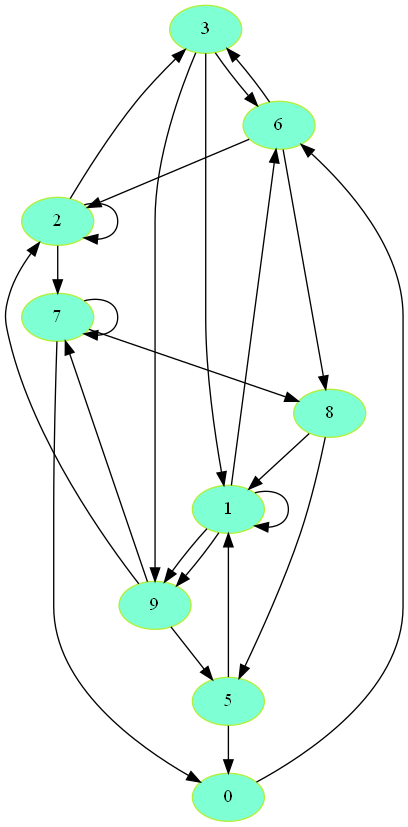
Before: Fase 2/Grapho.png, a diagram exported from Graphviz (Geuz99/-EDD_2S-BatallaNaval_201800500). Its source is kept beside it as Fase 2/Grapho.dot. Source of this version:
```dot
digraph Grapho{
node [style=filled, color=olivedrab2, fillcolor=aquamarine];
i3[label = "3"];
i6[label = "6"];
i8[label = "8"];
i1[label = "1"];
i1[label = "1"];
i9[label = "9"];
i7[label = "7"];
i7[label = "7"];
i8[label = "8"];
i5[label = "5"];
i0[label = "0"];
i6[label = "6"];
i3[label = "3"];
i9[label = "9"];
i5[label = "5"];
i1[label = "1"];
i9[label = "9"];
i2[label = "2"];
i2[label = "2"];
i3[label = "3"];
i1[label = "1"];
i6[label = "6"];
i2[label = "2"];
i7[label = "7"];
i3->i6->i8->i1->i1->i9->i7->i7->i8->i5->i0->i6->i3->i9->i5->i1->i9->i2->i2->i3->i1->i6->i2->i7->i0
}
```
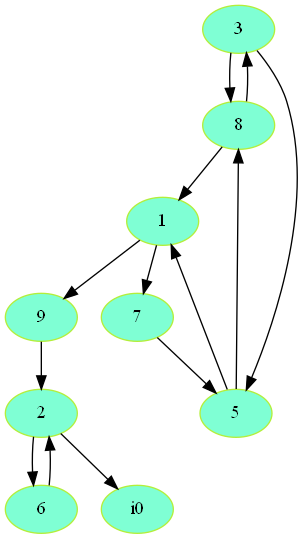
After the change.

What changed in the source:
```diff
@@ -1,28 +1,17 @@
 digraph Grapho{
 node [style=filled, color=olivedrab2, fillcolor=aquamarine];
 i3[label = "3"];
-i6[label = "6"];
 i8[label = "8"];
 i1[label = "1"];
-i1[label = "1"];
-i9[label = "9"];
 i7[label = "7"];
-i7[label = "7"];
+i5[label = "5"];
 i8[label = "8"];
-i5[label = "5"];
-i0[label = "0"];
-i6[label = "6"];
 i3[label = "3"];
-i9[label = "9"];
 i5[label = "5"];
 i1[label = "1"];
 i9[label = "9"];
 i2[label = "2"];
-i2[label = "2"];
-i3[label = "3"];
-i1[label = "1"];
 i6[label = "6"];
 i2[label = "2"];
-i7[label = "7"];
-i3->i6->i8->i1->i1->i9->i7->i7->i8->i5->i0->i6->i3->i9->i5->i1->i9->i2->i2->i3->i1->i6->i2->i7->i0
+i3->i8->i1->i7->i5->i8->i3->i5->i1->i9->i2->i6->i2->i0
 }
```
